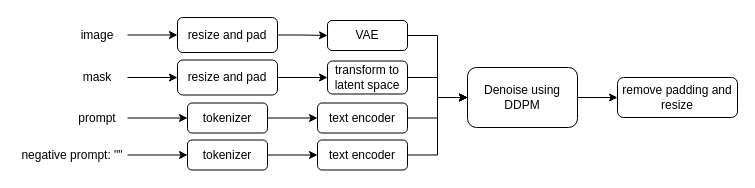
Before: Untitled Diagram.drawio in UriKH/Inpainting-StableDiffusion-pipeline, a draw.io diagram. Source tidied: cells renumbered, new cells numbered last; positions are measured from the earlier drawing's top-left corner, leaving out a move shared by most shapes. Both pictures are drawn from the tidied source at 100%, with x=0, y=0 at pixel (17, 17).
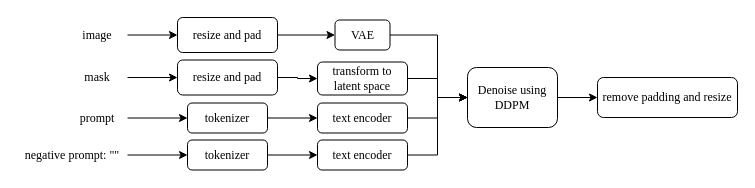
The same page after the edit.

Change to the diagram source:
```diff
@@
-    <mxCell id="3" value="text encoder" style="rounded=1;whiteSpace=wrap;html=1;" parent="1" vertex="1">
+    <mxCell id="3" value="&lt;font face=&quot;Times New Roman&quot;&gt;text encoder&lt;/font&gt;" style="rounded=1;whiteSpace=wrap;html=1;" parent="1" vertex="1">
       <mxGeometry x="300" y="85.5" width="90" height="30" as="geometry" />
     </mxCell>
@@
-    <mxCell id="5" value="image" style="text;html=1;whiteSpace=wrap;strokeColor=none;fillColor=none;align=center;verticalAlign=middle;rounded=0;" parent="1" vertex="1">
+    <mxCell id="5" value="&lt;font face=&quot;Times New Roman&quot;&gt;image&lt;/font&gt;" style="text;html=1;whiteSpace=wrap;strokeColor=none;fillColor=none;align=center;verticalAlign=middle;rounded=0;" parent="1" vertex="1">
       <mxGeometry x="50" y="2.5" width="60" height="30" as="geometry" />
     </mxCell>
@@
-    <mxCell id="7" value="mask" style="text;html=1;whiteSpace=wrap;strokeColor=none;fillColor=none;align=center;verticalAlign=middle;rounded=0;" parent="1" vertex="1">
+    <mxCell id="7" value="&lt;font face=&quot;Times New Roman&quot; style=&quot;font-size: 12px;&quot;&gt;mask&lt;/font&gt;" style="text;html=1;whiteSpace=wrap;strokeColor=none;fillColor=none;align=center;verticalAlign=middle;rounded=0;" parent="1" vertex="1">
       <mxGeometry x="50" y="45" width="60" height="30" as="geometry" />
     </mxCell>
@@
-    <mxCell id="9" value="prompt" style="text;html=1;whiteSpace=wrap;strokeColor=none;fillColor=none;align=center;verticalAlign=middle;rounded=0;" parent="1" vertex="1">
+    <mxCell id="9" value="&lt;font style=&quot;font-size: 12px;&quot; face=&quot;Times New Roman&quot;&gt;prompt&lt;/font&gt;" style="text;html=1;whiteSpace=wrap;strokeColor=none;fillColor=none;align=center;verticalAlign=middle;rounded=0;" parent="1" vertex="1">
       <mxGeometry x="50" y="85.5" width="60" height="30" as="geometry" />
     </mxCell>
@@
-    <mxCell id="11" value="resize and pad" style="rounded=1;whiteSpace=wrap;html=1;" parent="1" vertex="1">
+    <mxCell id="11" value="&lt;font face=&quot;Times New Roman&quot;&gt;resize and pad&lt;/font&gt;" style="rounded=1;whiteSpace=wrap;html=1;" parent="1" vertex="1">
       <mxGeometry x="160" width="100" height="35" as="geometry" />
     </mxCell>
@@
-    <mxCell id="13" value="resize and pad" style="rounded=1;whiteSpace=wrap;html=1;" parent="1" vertex="1">
+    <mxCell id="13" value="&lt;font face=&quot;Times New Roman&quot;&gt;resize and pad&lt;/font&gt;" style="rounded=1;whiteSpace=wrap;html=1;" parent="1" vertex="1">
       <mxGeometry x="160" y="42.5" width="100" height="35" as="geometry" />
     </mxCell>
@@
-    <mxCell id="15" value="tokenizer" style="rounded=1;whiteSpace=wrap;html=1;" parent="1" vertex="1">
+    <mxCell id="15" value="&lt;font face=&quot;Times New Roman&quot;&gt;tokenizer&lt;/font&gt;" style="rounded=1;whiteSpace=wrap;html=1;" parent="1" vertex="1">
       <mxGeometry x="170" y="85.5" width="80" height="30" as="geometry" />
     </mxCell>
@@
-    <mxCell id="17" value="negative prompt: &quot;&quot;" style="text;html=1;whiteSpace=wrap;strokeColor=none;fillColor=none;align=center;verticalAlign=middle;rounded=0;" parent="1" vertex="1">
+    <mxCell id="17" value="&lt;font face=&quot;Times New Roman&quot;&gt;negative prompt: &quot;&quot;&lt;/font&gt;" style="text;html=1;whiteSpace=wrap;strokeColor=none;fillColor=none;align=center;verticalAlign=middle;rounded=0;" parent="1" vertex="1">
       <mxGeometry y="122.5" width="110" height="30" as="geometry" />
     </mxCell>
@@
-    <mxCell id="19" value="&lt;div&gt;&lt;span style=&quot;background-color: transparent; color: light-dark(rgb(0, 0, 0), rgb(255, 255, 255));&quot;&gt;text encoder&lt;/span&gt;&lt;/div&gt;" style="rounded=1;whiteSpace=wrap;html=1;" parent="1" vertex="1">
+    <mxCell id="19" value="&lt;div&gt;&lt;span style=&quot;background-color: transparent; color: light-dark(rgb(0, 0, 0), rgb(255, 255, 255));&quot;&gt;&lt;font face=&quot;Times New Roman&quot;&gt;text encoder&lt;/font&gt;&lt;/span&gt;&lt;/div&gt;" style="rounded=1;whiteSpace=wrap;html=1;" parent="1" vertex="1">
       <mxGeometry x="300" y="122.5" width="90" height="30" as="geometry" />
     </mxCell>
@@
-    <mxCell id="21" value="tokenizer" style="rounded=1;whiteSpace=wrap;html=1;" parent="1" vertex="1">
+    <mxCell id="21" value="&lt;font face=&quot;Times New Roman&quot;&gt;tokenizer&lt;/font&gt;" style="rounded=1;whiteSpace=wrap;html=1;" parent="1" vertex="1">
       <mxGeometry x="170" y="122.5" width="80" height="30" as="geometry" />
     </mxCell>
     <mxCell id="22" style="edgeStyle=orthogonalEdgeStyle;rounded=0;jettySize=auto;html=1;exitX=1;exitY=0.5;exitDx=0;exitDy=0;entryX=0;entryY=0.5;entryDx=0;entryDy=0;" parent="1" edge="1" source="23" target="27">
-      <mxGeometry relative="1" as="geometry" />
+      <mxGeometry relative="1" as="geometry">
+        <Array as="points">
+          <mxPoint x="420" y="17" />
+          <mxPoint x="420" y="80" />
+        </Array>
+      </mxGeometry>
     </mxCell>
-    <mxCell id="23" value="VAE" style="rounded=1;whiteSpace=wrap;html=1;" parent="1" vertex="1">
-      <mxGeometry x="310" y="3" width="80" height="30" as="geometry" />
+    <mxCell id="23" value="&lt;font face=&quot;Times New Roman&quot;&gt;VAE&lt;/font&gt;" style="rounded=1;whiteSpace=wrap;html=1;" parent="1" vertex="1">
+      <mxGeometry x="317.5" y="2.5" width="55" height="30" as="geometry" />
     </mxCell>
     <mxCell id="24" style="edgeStyle=orthogonalEdgeStyle;rounded=0;jettySize=auto;html=1;exitX=1;exitY=0.5;exitDx=0;exitDy=0;entryX=0;entryY=0.5;entryDx=0;entryDy=0;" parent="1" edge="1" source="25" target="27">
-      <mxGeometry relative="1" as="geometry" />
+      <mxGeometry relative="1" as="geometry">
+        <Array as="points">
+          <mxPoint x="420" y="61" />
+          <mxPoint x="420" y="80" />
+        </Array>
+      </mxGeometry>
     </mxCell>
-    <mxCell id="25" value="transform to latent space" style="rounded=1;whiteSpace=wrap;html=1;" parent="1" vertex="1">
-      <mxGeometry x="310" y="43.5" width="80" height="33" as="geometry" />
+    <mxCell id="25" value="&lt;font face=&quot;Times New Roman&quot;&gt;transform to latent space&lt;/font&gt;" style="rounded=1;whiteSpace=wrap;html=1;" parent="1" vertex="1">
+      <mxGeometry x="300" y="44.5" width="90" height="33" as="geometry" />
     </mxCell>
@@
-    <mxCell id="27" value="Denoise using DDPM" style="rounded=1;whiteSpace=wrap;html=1;" parent="1" vertex="1">
-      <mxGeometry x="450" y="50" width="110" height="60" as="geometry" />
+    <mxCell id="27" value="&lt;font face=&quot;Times New Roman&quot;&gt;Denoise using DDPM&lt;/font&gt;" style="rounded=1;whiteSpace=wrap;html=1;" parent="1" vertex="1">
+      <mxGeometry x="450" y="50" width="90" height="60" as="geometry" />
     </mxCell>
-    <mxCell id="28" value="remove padding and resize" style="rounded=1;whiteSpace=wrap;html=1;" parent="1" vertex="1">
-      <mxGeometry x="600" y="60" width="120" height="40" as="geometry" />
+    <mxCell id="28" value="&lt;font face=&quot;Times New Roman&quot;&gt;remove padding and resize&lt;/font&gt;" style="rounded=1;whiteSpace=wrap;html=1;" parent="1" vertex="1">
+      <mxGeometry x="580" y="60" width="140" height="40" as="geometry" />
     </mxCell>
```
